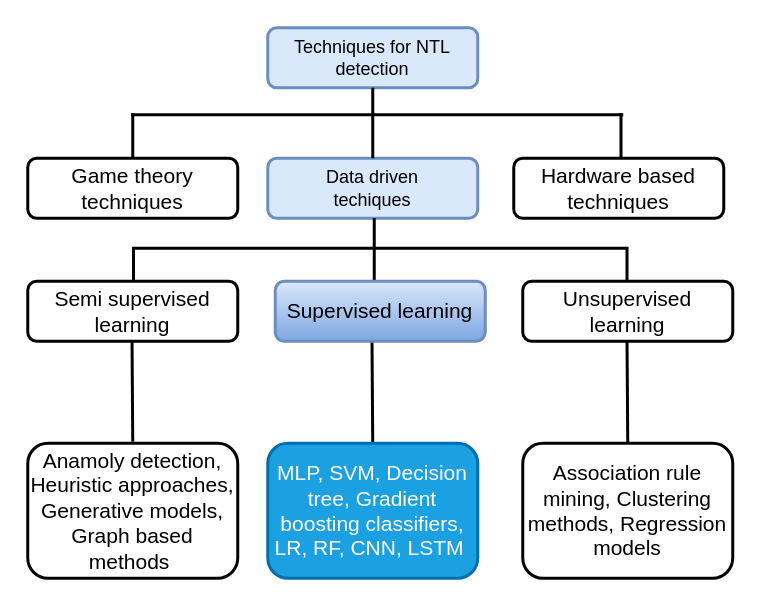
Earlier version of the draw.io diagram Conference paper.drawio (Faisalse/j1_smartgrid). Source tidied: cells renumbered, new cells numbered last; positions are measured from the earlier drawing's top-left corner, leaving out a move shared by most shapes. Both pictures are drawn from the tidied source at 150%, with x=0, y=0 at pixel (27, 27).
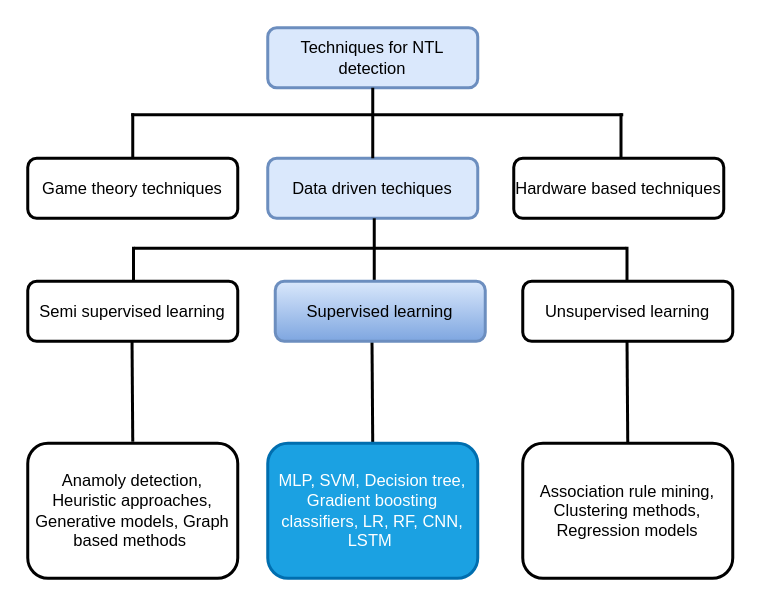
The same page after the edit.

Change to the diagram source:
```diff
@@
-    <mxCell id="2" style="group;" parent="1" vertex="1">
+    <mxCell id="2" style="group;fontSize=11;" parent="1" vertex="1">
       <mxGeometry width="470" height="367" as="geometry" />
     </mxCell>
-    <mxCell id="3" style="endArrow=none;html=1;strokeWidth=2;" parent="2" edge="1">
+    <mxCell id="3" style="endArrow=none;html=1;strokeWidth=2;fontSize=11;" parent="2" edge="1">
       <mxGeometry relative="1" as="geometry">
         <mxPoint x="400" y="277" as="sourcePoint" />
         <mxPoint x="399.5" y="207" as="targetPoint" />
       </mxGeometry>
     </mxCell>
-    <mxCell id="4" style="endArrow=none;html=1;strokeWidth=2;" parent="2" edge="1">
+    <mxCell id="4" style="endArrow=none;html=1;strokeWidth=2;fontSize=11;" parent="2" edge="1">
       <mxGeometry relative="1" as="geometry">
         <mxPoint x="230" y="279" as="sourcePoint" />
         <mxPoint x="229.5" y="209" as="targetPoint" />
       </mxGeometry>
     </mxCell>
-    <mxCell id="5" style="endArrow=none;html=1;strokeWidth=2;" parent="2" edge="1">
+    <mxCell id="5" style="endArrow=none;html=1;strokeWidth=2;fontSize=11;" parent="2" edge="1">
       <mxGeometry relative="1" as="geometry">
         <mxPoint x="399.5" y="176" as="sourcePoint" />
         <mxPoint x="399.5" y="146" as="targetPoint" />
       </mxGeometry>
     </mxCell>
-    <mxCell id="6" value="Techniques for NTL detection" style="rounded=1;whiteSpace=wrap;html=1;strokeWidth=2;fillColor=#dae8fc;strokeColor=#6c8ebf;" parent="2" vertex="1">
+    <mxCell id="6" value="Techniques for NTL detection" style="rounded=1;whiteSpace=wrap;html=1;strokeWidth=2;fillColor=#dae8fc;strokeColor=#6c8ebf;fontSize=11;" parent="2" vertex="1">
       <mxGeometry x="160" width="140" height="40" as="geometry" />
     </mxCell>
-    <mxCell id="7" value="&lt;font style=&quot;font-size: 14px&quot;&gt;Hardware based techniques&lt;/font&gt;" style="rounded=1;whiteSpace=wrap;html=1;strokeWidth=2;" parent="2" vertex="1">
+    <mxCell id="7" value="&lt;font style=&quot;font-size: 11px;&quot;&gt;Hardware based techniques&lt;/font&gt;" style="rounded=1;whiteSpace=wrap;html=1;strokeWidth=2;fontSize=11;" parent="2" vertex="1">
       <mxGeometry x="324" y="87" width="140" height="40" as="geometry" />
     </mxCell>
-    <mxCell id="8" value="Data driven&lt;br&gt;techiques" style="rounded=1;strokeWidth=2;whiteSpace=wrap;html=1;fillColor=#dae8fc;strokeColor=#6c8ebf;" parent="2" vertex="1">
+    <mxCell id="8" value="Data driven techiques" style="rounded=1;strokeWidth=2;whiteSpace=wrap;html=1;fillColor=#dae8fc;strokeColor=#6c8ebf;fontSize=11;" parent="2" vertex="1">
       <mxGeometry x="160" y="87" width="140" height="40" as="geometry" />
     </mxCell>
-    <mxCell id="9" value="&lt;span style=&quot;font-size: 14px&quot;&gt;Game theory techniques&lt;/span&gt;" style="rounded=1;whiteSpace=wrap;html=1;strokeWidth=2;" parent="2" vertex="1">
+    <mxCell id="9" value="&lt;span style=&quot;font-size: 11px;&quot;&gt;Game theory techniques&lt;/span&gt;" style="rounded=1;whiteSpace=wrap;html=1;strokeWidth=2;fontSize=11;" parent="2" vertex="1">
       <mxGeometry y="87" width="140" height="40" as="geometry" />
     </mxCell>
-    <mxCell id="10" style="endArrow=none;html=1;entryX=0.5;entryY=1;entryDx=0;entryDy=0;exitX=0.5;exitY=0;exitDx=0;exitDy=0;strokeWidth=2;" parent="2" edge="1" source="8" target="6">
+    <mxCell id="10" style="endArrow=none;html=1;entryX=0.5;entryY=1;entryDx=0;entryDy=0;exitX=0.5;exitY=0;exitDx=0;exitDy=0;strokeWidth=2;fontSize=11;" parent="2" edge="1" source="8" target="6">
       <mxGeometry relative="1" as="geometry" />
     </mxCell>
-    <mxCell id="11" style="endArrow=none;html=1;strokeWidth=2;" parent="2" edge="1">
+    <mxCell id="11" style="endArrow=none;html=1;strokeWidth=2;fontSize=11;" parent="2" edge="1">
       <mxGeometry relative="1" as="geometry">
         <mxPoint x="69" y="58" as="sourcePoint" />
         <mxPoint x="397" y="58" as="targetPoint" />
       </mxGeometry>
     </mxCell>
-    <mxCell id="12" style="endArrow=none;html=1;strokeWidth=2;" parent="2" edge="1">
+    <mxCell id="12" style="endArrow=none;html=1;strokeWidth=2;fontSize=11;" parent="2" edge="1">
       <mxGeometry relative="1" as="geometry">
         <mxPoint x="70" y="87" as="sourcePoint" />
         <mxPoint x="70" y="57" as="targetPoint" />
       </mxGeometry>
     </mxCell>
-    <mxCell id="13" style="endArrow=none;html=1;strokeWidth=2;" parent="2" edge="1">
+    <mxCell id="13" style="endArrow=none;html=1;strokeWidth=2;fontSize=11;" parent="2" edge="1">
       <mxGeometry relative="1" as="geometry">
         <mxPoint x="395.5" y="87" as="sourcePoint" />
         <mxPoint x="395.5" y="57" as="targetPoint" />
       </mxGeometry>
     </mxCell>
-    <mxCell id="14" style="endArrow=none;html=1;entryX=0.5;entryY=1;entryDx=0;entryDy=0;exitX=0.5;exitY=0;exitDx=0;exitDy=0;strokeWidth=2;" parent="2" edge="1">
+    <mxCell id="14" style="endArrow=none;html=1;entryX=0.5;entryY=1;entryDx=0;entryDy=0;exitX=0.5;exitY=0;exitDx=0;exitDy=0;strokeWidth=2;fontSize=11;" parent="2" edge="1">
       <mxGeometry relative="1" as="geometry">
         <mxPoint x="231" y="174" as="sourcePoint" />
         <mxPoint x="231" y="127" as="targetPoint" />
       </mxGeometry>
     </mxCell>
-    <mxCell id="15" value="&lt;font style=&quot;font-size: 14px&quot;&gt;Supervised learning&lt;/font&gt;" style="rounded=1;whiteSpace=wrap;html=1;strokeWidth=2;gradientColor=#7ea6e0;fillColor=#dae8fc;strokeColor=#6c8ebf;" parent="2" vertex="1">
+    <mxCell id="15" value="&lt;font style=&quot;font-size: 11px;&quot;&gt;Supervised learning&lt;/font&gt;" style="rounded=1;whiteSpace=wrap;html=1;strokeWidth=2;gradientColor=#7ea6e0;fillColor=#dae8fc;strokeColor=#6c8ebf;fontSize=11;" parent="2" vertex="1">
       <mxGeometry x="165" y="169" width="140" height="40" as="geometry" />
     </mxCell>
-    <mxCell id="16" value="&lt;span style=&quot;font-size: 14px&quot;&gt;Unsupervised learning&lt;/span&gt;" style="rounded=1;whiteSpace=wrap;html=1;strokeWidth=2;" parent="2" vertex="1">
+    <mxCell id="16" value="&lt;span style=&quot;font-size: 11px;&quot;&gt;Unsupervised learning&lt;/span&gt;" style="rounded=1;whiteSpace=wrap;html=1;strokeWidth=2;fontSize=11;" parent="2" vertex="1">
       <mxGeometry x="330" y="169" width="140" height="40" as="geometry" />
     </mxCell>
-    <mxCell id="17" style="endArrow=none;html=1;strokeWidth=2;" parent="2" edge="1">
+    <mxCell id="17" style="endArrow=none;html=1;strokeWidth=2;fontSize=11;" parent="2" edge="1">
       <mxGeometry relative="1" as="geometry">
         <mxPoint x="71" y="147" as="sourcePoint" />
         <mxPoint x="399" y="147" as="targetPoint" />
       </mxGeometry>
     </mxCell>
-    <mxCell id="18" style="endArrow=none;html=1;strokeWidth=2;" parent="2" edge="1">
+    <mxCell id="18" style="endArrow=none;html=1;strokeWidth=2;fontSize=11;" parent="2" edge="1">
       <mxGeometry relative="1" as="geometry">
         <mxPoint x="70.5" y="176" as="sourcePoint" />
         <mxPoint x="70.5" y="146" as="targetPoint" />
       </mxGeometry>
     </mxCell>
-    <mxCell id="19" value="&lt;span style=&quot;font-size: 14px&quot;&gt;Anamoly detection, Heuristic approaches, Generative models, Graph based methods&amp;nbsp;&lt;/span&gt;" style="rounded=1;whiteSpace=wrap;html=1;strokeWidth=2;" parent="2" vertex="1">
+    <mxCell id="19" value="&lt;span style=&quot;font-size: 11px;&quot;&gt;Anamoly detection, Heuristic approaches, Generative models, Graph based methods&amp;nbsp;&lt;/span&gt;" style="rounded=1;whiteSpace=wrap;html=1;strokeWidth=2;fontSize=11;" parent="2" vertex="1">
       <mxGeometry y="277" width="140" height="90" as="geometry" />
     </mxCell>
-    <mxCell id="20" value="&lt;span style=&quot;font-size: 14px&quot;&gt;MLP, SVM, Decision tree, Gradient boosting classifiers, LR, RF, CNN, LSTM&amp;nbsp;&lt;/span&gt;" style="rounded=1;whiteSpace=wrap;html=1;strokeWidth=2;strokeColor=#006EAF;fontColor=#ffffff;fillColor=#1ba1e2;" parent="2" vertex="1">
+    <mxCell id="20" value="&lt;span style=&quot;font-size: 11px;&quot;&gt;MLP, SVM, Decision tree, Gradient boosting classifiers, LR, RF, CNN, LSTM&amp;nbsp;&lt;/span&gt;" style="rounded=1;whiteSpace=wrap;html=1;strokeWidth=2;strokeColor=#006EAF;fontColor=#ffffff;fillColor=#1ba1e2;fontSize=11;" parent="2" vertex="1">
       <mxGeometry x="160" y="277" width="140" height="90" as="geometry" />
     </mxCell>
-    <mxCell id="21" value="&lt;span style=&quot;font-size: 14px&quot;&gt;Association rule mining, Clustering methods, Regression models&lt;/span&gt;" style="rounded=1;whiteSpace=wrap;html=1;strokeWidth=2;" parent="2" vertex="1">
+    <mxCell id="21" value="&lt;span style=&quot;font-size: 11px;&quot;&gt;Association rule mining, Clustering methods, Regression models&lt;/span&gt;" style="rounded=1;whiteSpace=wrap;html=1;strokeWidth=2;fontSize=11;" parent="2" vertex="1">
       <mxGeometry x="330" y="277" width="140" height="90" as="geometry" />
     </mxCell>
-    <mxCell id="22" style="endArrow=none;html=1;strokeWidth=2;" parent="2" edge="1">
+    <mxCell id="22" style="endArrow=none;html=1;strokeWidth=2;fontSize=11;" parent="2" edge="1">
       <mxGeometry relative="1" as="geometry">
         <mxPoint x="70" y="276" as="sourcePoint" />
         <mxPoint x="69.5" y="206" as="targetPoint" />
       </mxGeometry>
     </mxCell>
-    <mxCell id="23" value="&lt;span style=&quot;font-size: 14px&quot;&gt;Semi supervised learning&lt;/span&gt;" style="rounded=1;whiteSpace=wrap;html=1;strokeWidth=2;" parent="2" vertex="1">
+    <mxCell id="23" value="&lt;span style=&quot;font-size: 11px;&quot;&gt;Semi supervised learning&lt;/span&gt;" style="rounded=1;whiteSpace=wrap;html=1;strokeWidth=2;fontSize=11;" parent="2" vertex="1">
       <mxGeometry y="169" width="140" height="40" as="geometry" />
     </mxCell>
```
